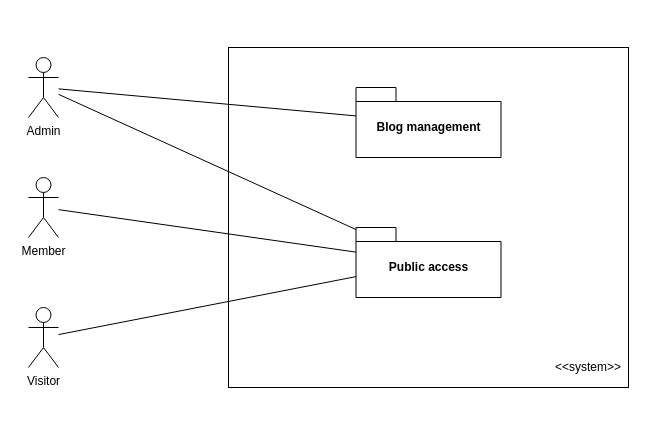
The draw.io diagram Cadrage/packages.drawio in JgPhil/Blog, before the edit. Source tidied: cells renumbered, new cells numbered last; positions are measured from the earlier drawing's top-left corner, leaving out a move shared by most shapes. Both pictures are drawn from the tidied source at 100%, with x=0, y=0 at pixel (28, 47).
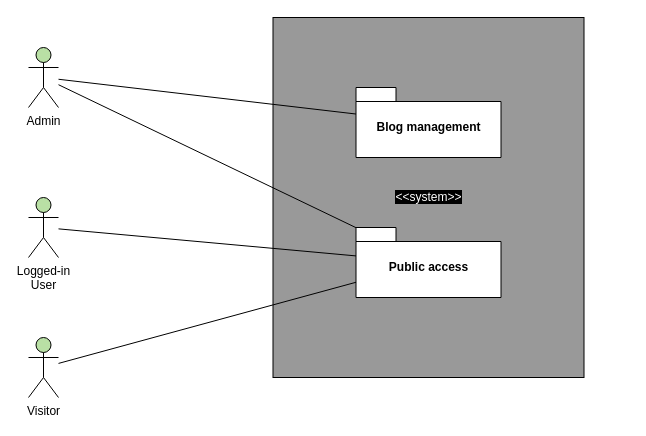
Above is the later version.

Change to the diagram source:
```diff
@@
 <mxGraphModel>
   <root>
     <mxCell id="0" />
     <mxCell id="1" parent="0" />
-    <mxCell id="2" style="rounded=0;whiteSpace=wrap;html=1;" parent="1" vertex="1">
-      <mxGeometry x="200" width="400" height="340" as="geometry" />
-    </mxCell>
-    <mxCell id="3" value="&amp;lt;&amp;lt;system&amp;gt;&amp;gt;" style="text;html=1;strokeColor=none;fillColor=none;align=center;verticalAlign=middle;whiteSpace=wrap;rounded=0;" parent="1" vertex="1">
-      <mxGeometry x="540" y="310" width="40" height="20" as="geometry" />
+    <mxCell id="3" value="&lt;span style=&quot;background-color: rgb(0 , 0 , 0)&quot;&gt;&lt;font color=&quot;#ffffff&quot;&gt;&amp;lt;&amp;lt;system&amp;gt;&amp;gt;&lt;/font&gt;&lt;/span&gt;" style="html=1;fillColor=#999999;" parent="1" vertex="1">
+      <mxGeometry x="244.5" y="-30" width="311" height="360" as="geometry" />
     </mxCell>
-    <mxCell id="4" value="Admin" style="shape=umlActor;verticalLabelPosition=bottom;labelBackgroundColor=#ffffff;verticalAlign=top;html=1;" parent="1" vertex="1">
-      <mxGeometry y="10" width="30" height="60" as="geometry" />
-    </mxCell>
-    <mxCell id="5" value="Member" style="shape=umlActor;verticalLabelPosition=bottom;labelBackgroundColor=#ffffff;verticalAlign=top;html=1;" parent="1" vertex="1">
-      <mxGeometry y="130" width="30" height="60" as="geometry" />
-    </mxCell>
-    <mxCell id="6" value="Visitor" style="shape=umlActor;verticalLabelPosition=bottom;labelBackgroundColor=#ffffff;verticalAlign=top;html=1;" parent="1" vertex="1">
-      <mxGeometry y="260" width="30" height="60" as="geometry" />
-    </mxCell>
     <mxCell id="7" value="Blog management" style="shape=folder;fontStyle=1;spacingTop=10;tabWidth=40;tabHeight=14;tabPosition=left;html=1;" parent="1" vertex="1">
       <mxGeometry x="327.5" y="40" width="145" height="70" as="geometry" />
     </mxCell>
     <mxCell id="8" value="Public access" style="shape=folder;fontStyle=1;spacingTop=10;tabWidth=40;tabHeight=14;tabPosition=left;html=1;" parent="1" vertex="1">
       <mxGeometry x="327.5" y="180" width="145" height="70" as="geometry" />
     </mxCell>
     <mxCell id="9" style="endArrow=none;html=1;" parent="1" edge="1" source="4" target="7">
       <mxGeometry relative="1" as="geometry" />
     </mxCell>
-    <mxCell id="10" style="endArrow=none;html=1;" parent="1" edge="1" source="5" target="8">
-      <mxGeometry relative="1" as="geometry" />
-    </mxCell>
     <mxCell id="11" style="endArrow=none;html=1;" parent="1" edge="1" source="6" target="8">
       <mxGeometry relative="1" as="geometry" />
     </mxCell>
     <mxCell id="12" style="endArrow=none;html=1;" parent="1" edge="1" source="4" target="8">
       <mxGeometry relative="1" as="geometry" />
     </mxCell>
+    <mxCell id="4" value="Admin" style="shape=umlActor;verticalLabelPosition=bottom;labelBackgroundColor=#ffffff;verticalAlign=top;html=1;fillColor=#B9E0A5;" parent="1" vertex="1">
+      <mxGeometry width="30" height="60" as="geometry" />
+    </mxCell>
+    <mxCell id="6" value="Visitor" style="shape=umlActor;verticalLabelPosition=bottom;labelBackgroundColor=#ffffff;verticalAlign=top;html=1;fillColor=#B9E0A5;" parent="1" vertex="1">
+      <mxGeometry y="290" width="30" height="60" as="geometry" />
+    </mxCell>
+    <mxCell id="13" value="Logged-in&lt;br&gt;User" style="shape=umlActor;verticalLabelPosition=bottom;labelBackgroundColor=#ffffff;verticalAlign=top;html=1;fillColor=#B9E0A5;" parent="1" vertex="1">
+      <mxGeometry y="150" width="30" height="60" as="geometry" />
+    </mxCell>
+    <mxCell id="14" style="endArrow=none;html=1;" parent="1" edge="1" source="13" target="8">
+      <mxGeometry relative="1" as="geometry" />
+    </mxCell>
   </root>
 </mxGraphModel>
```
